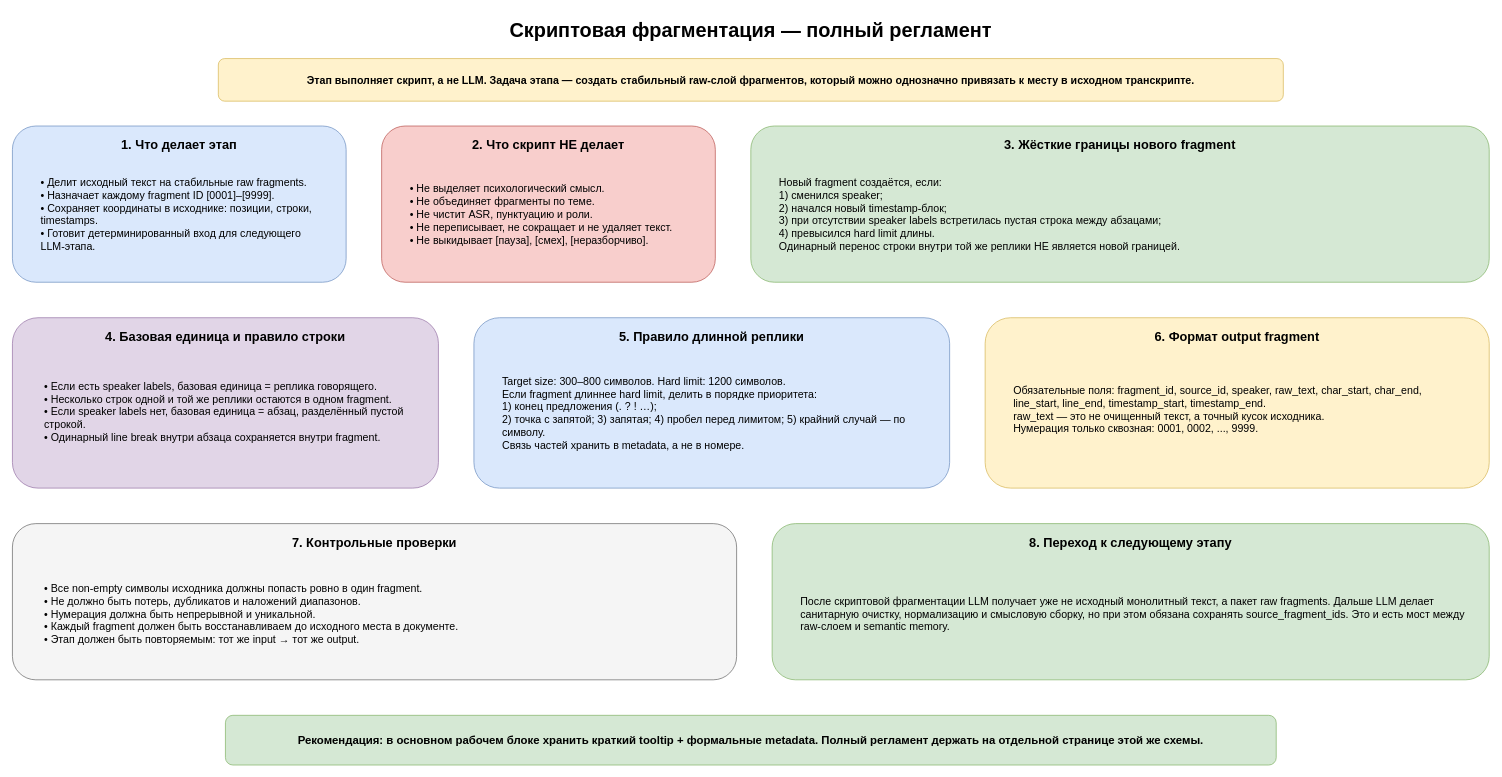
The draw.io diagram page "Скриптовая фрагментация — регламент" (2 of 2) of AI-Кабинет.drawio in ArtemFay/shema, before the edit. Source tidied: cells renumbered, new cells numbered last; positions are measured from the earlier drawing's top-left corner, leaving out a move shared by most shapes. Both pictures are drawn from the tidied source at 71%, with x=0, y=0 at pixel (12, 12).
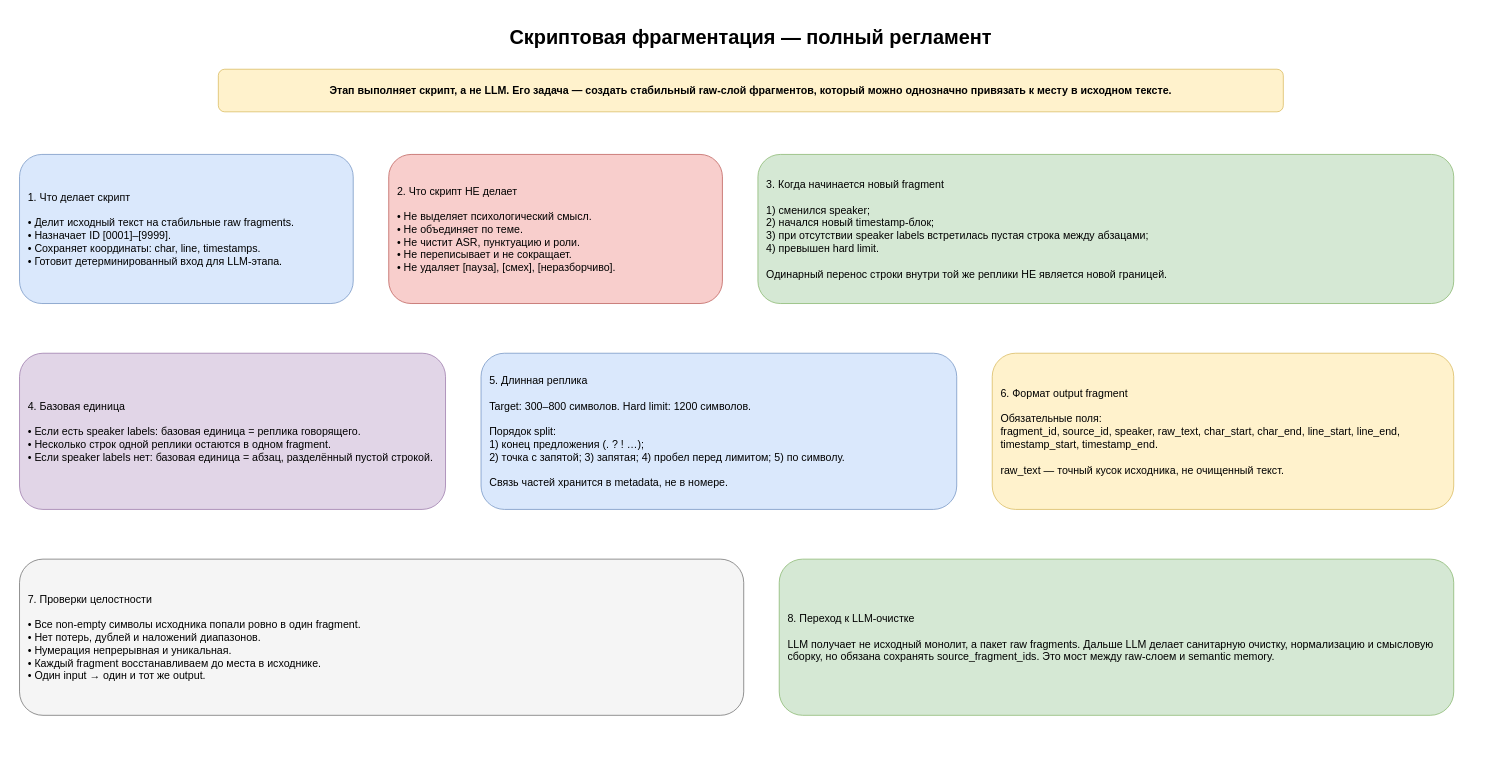
Above is the later version.

Diff of the diagram source:
```diff
@@
-    <mxCell id="2" value="Скриптовая фрагментация — полный регламент" style="text;html=1;strokeColor=none;fillColor=none;align=center;verticalAlign=middle;whiteSpace=wrap;rounded=0;fontSize=28;fontStyle=1;" parent="1" vertex="1">
-      <mxGeometry x="260" width="1560" height="50" as="geometry" />
+    <mxCell id="2" value="Скриптовая фрагментация — полный регламент" style="text;html=1;strokeColor=none;fillColor=none;align=center;verticalAlign=middle;whiteSpace=wrap;fontSize=28;fontStyle=1;" parent="1" vertex="1">
+      <mxGeometry x="260" y="10" width="1560" height="50" as="geometry" />
     </mxCell>
-    <mxCell id="3" value="Этап выполняет скрипт, а не LLM. Задача этапа — создать стабильный raw-слой фрагментов, который можно однозначно привязать к месту в исходном транскрипте." style="rounded=1;whiteSpace=wrap;html=1;fillColor=#fff2cc;strokeColor=#d6b656;fontSize=15;fontStyle=1;align=center;" parent="1" vertex="1">
-      <mxGeometry x="290" y="65" width="1500" height="60" as="geometry" />
+    <mxCell id="3" value="Этап выполняет скрипт, а не LLM. Его задача — создать стабильный raw-слой фрагментов, который можно однозначно привязать к месту в исходном тексте." style="rounded=1;whiteSpace=wrap;html=1;fillColor=#fff2cc;strokeColor=#d6b656;fontSize=15;fontStyle=1;align=center;" parent="1" vertex="1">
+      <mxGeometry x="290" y="80" width="1500" height="60" as="geometry" />
     </mxCell>
-    <mxCell id="4" value="1. Что делает этап" style="rounded=1;whiteSpace=wrap;html=1;fillColor=#dae8fc;strokeColor=#6c8ebf;fontSize=18;fontStyle=1;align=center;verticalAlign=top;spacingTop=10;" parent="1" vertex="1">
-      <mxGeometry y="160" width="470" height="220" as="geometry" />
-    </mxCell>
-    <mxCell id="5" value="• Делит исходный текст на стабильные raw fragments.&#10;• Назначает каждому fragment ID [0001]–[9999].&#10;• Сохраняет координаты в исходнике: позиции, строки, timestamps.&#10;• Готовит детерминированный вход для следующего LLM-этапа." style="rounded=0;whiteSpace=wrap;html=1;fillColor=none;strokeColor=none;fontSize=15;align=left;spacingLeft=8;spacingTop=8;" parent="1" vertex="1">
-      <mxGeometry x="30" y="210" width="410" height="140" as="geometry" />
-    </mxCell>
-    <mxCell id="6" value="2. Что скрипт НЕ делает" style="rounded=1;whiteSpace=wrap;html=1;fillColor=#f8cecc;strokeColor=#b85450;fontSize=18;fontStyle=1;align=center;verticalAlign=top;spacingTop=10;" parent="1" vertex="1">
-      <mxGeometry x="520" y="160" width="470" height="220" as="geometry" />
-    </mxCell>
-    <mxCell id="7" value="• Не выделяет психологический смысл.&#10;• Не объединяет фрагменты по теме.&#10;• Не чистит ASR, пунктуацию и роли.&#10;• Не переписывает, не сокращает и не удаляет текст.&#10;• Не выкидывает [пауза], [смех], [неразборчиво]." style="rounded=0;whiteSpace=wrap;html=1;fillColor=none;strokeColor=none;fontSize=15;align=left;spacingLeft=8;spacingTop=8;" parent="1" vertex="1">
-      <mxGeometry x="550" y="205" width="410" height="150" as="geometry" />
-    </mxCell>
-    <mxCell id="8" value="3. Жёсткие границы нового fragment" style="rounded=1;whiteSpace=wrap;html=1;fillColor=#d5e8d4;strokeColor=#82b366;fontSize=18;fontStyle=1;align=center;verticalAlign=top;spacingTop=10;" parent="1" vertex="1">
-      <mxGeometry x="1040" y="160" width="1040" height="220" as="geometry" />
-    </mxCell>
-    <mxCell id="9" value="Новый fragment создаётся, если:&#10;1) сменился speaker;&#10;2) начался новый timestamp-блок;&#10;3) при отсутствии speaker labels встретилась пустая строка между абзацами;&#10;4) превысился hard limit длины.&#10;Одинарный перенос строки внутри той же реплики НЕ является новой границей." style="rounded=0;whiteSpace=wrap;html=1;fillColor=none;strokeColor=none;fontSize=15;align=left;spacingLeft=8;spacingTop=8;" parent="1" vertex="1">
-      <mxGeometry x="1070" y="205" width="980" height="150" as="geometry" />
-    </mxCell>
-    <mxCell id="10" value="4. Базовая единица и правило строки" style="rounded=1;whiteSpace=wrap;html=1;fillColor=#e1d5e7;strokeColor=#9673a6;fontSize=18;fontStyle=1;align=center;verticalAlign=top;spacingTop=10;" parent="1" vertex="1">
-      <mxGeometry y="430" width="600" height="240" as="geometry" />
-    </mxCell>
-    <mxCell id="11" value="• Если есть speaker labels, базовая единица = реплика говорящего.&#10;• Несколько строк одной и той же реплики остаются в одном fragment.&#10;• Если speaker labels нет, базовая единица = абзац, разделённый пустой строкой.&#10;• Одинарный line break внутри абзаца сохраняется внутри fragment." style="rounded=0;whiteSpace=wrap;html=1;fillColor=none;strokeColor=none;fontSize=15;align=left;spacingLeft=8;spacingTop=8;" parent="1" vertex="1">
-      <mxGeometry x="35" y="480" width="530" height="155" as="geometry" />
-    </mxCell>
-    <mxCell id="12" value="5. Правило длинной реплики" style="rounded=1;whiteSpace=wrap;html=1;fillColor=#dae8fc;strokeColor=#6c8ebf;fontSize=18;fontStyle=1;align=center;verticalAlign=top;spacingTop=10;" parent="1" vertex="1">
-      <mxGeometry x="650" y="430" width="670" height="240" as="geometry" />
-    </mxCell>
-    <mxCell id="13" value="Target size: 300–800 символов. Hard limit: 1200 символов.&#10;Если fragment длиннее hard limit, делить в порядке приоритета:&#10;1) конец предложения (. ? ! …);&#10;2) точка с запятой; 3) запятая; 4) пробел перед лимитом; 5) крайний случай — по символу.&#10;Связь частей хранить в metadata, а не в номере." style="rounded=0;whiteSpace=wrap;html=1;fillColor=none;strokeColor=none;fontSize=15;align=left;spacingLeft=8;spacingTop=8;" parent="1" vertex="1">
-      <mxGeometry x="680" y="480" width="610" height="160" as="geometry" />
-    </mxCell>
-    <mxCell id="14" value="6. Формат output fragment" style="rounded=1;whiteSpace=wrap;html=1;fillColor=#fff2cc;strokeColor=#d6b656;fontSize=18;fontStyle=1;align=center;verticalAlign=top;spacingTop=10;" parent="1" vertex="1">
-      <mxGeometry x="1370" y="430" width="710" height="240" as="geometry" />
-    </mxCell>
-    <mxCell id="15" value="Обязательные поля: fragment_id, source_id, speaker, raw_text, char_start, char_end, line_start, line_end, timestamp_start, timestamp_end.&#10;raw_text — это не очищенный текст, а точный кусок исходника.&#10;Нумерация только сквозная: 0001, 0002, ..., 9999." style="rounded=0;whiteSpace=wrap;html=1;fillColor=none;strokeColor=none;fontSize=15;align=left;spacingLeft=8;spacingTop=8;" parent="1" vertex="1">
-      <mxGeometry x="1400" y="480" width="650" height="150" as="geometry" />
-    </mxCell>
-    <mxCell id="16" value="7. Контрольные проверки" style="rounded=1;whiteSpace=wrap;html=1;fillColor=#f5f5f5;strokeColor=#666666;fontSize=18;fontStyle=1;align=center;verticalAlign=top;spacingTop=10;" parent="1" vertex="1">
-      <mxGeometry y="720" width="1020" height="220" as="geometry" />
-    </mxCell>
-    <mxCell id="17" value="• Все non-empty символы исходника должны попасть ровно в один fragment.&#10;• Не должно быть потерь, дубликатов и наложений диапазонов.&#10;• Нумерация должна быть непрерывной и уникальной.&#10;• Каждый fragment должен быть восстанавливаем до исходного места в документе.&#10;• Этап должен быть повторяемым: тот же input → тот же output." style="rounded=0;whiteSpace=wrap;html=1;fillColor=none;strokeColor=none;fontSize=15;align=left;spacingLeft=8;spacingTop=8;" parent="1" vertex="1">
-      <mxGeometry x="35" y="770" width="950" height="145" as="geometry" />
-    </mxCell>
-    <mxCell id="18" value="8. Переход к следующему этапу" style="rounded=1;whiteSpace=wrap;html=1;fillColor=#d5e8d4;strokeColor=#82b366;fontSize=18;fontStyle=1;align=center;verticalAlign=top;spacingTop=10;" parent="1" vertex="1">
-      <mxGeometry x="1070" y="720" width="1010" height="220" as="geometry" />
-    </mxCell>
-    <mxCell id="19" value="После скриптовой фрагментации LLM получает уже не исходный монолитный текст, а пакет raw fragments. Дальше LLM делает санитарную очистку, нормализацию и смысловую сборку, но при этом обязана сохранять source_fragment_ids. Это и есть мост между raw-слоем и semantic memory." style="rounded=0;whiteSpace=wrap;html=1;fillColor=none;strokeColor=none;fontSize=15;align=left;spacingLeft=8;spacingTop=8;" parent="1" vertex="1">
-      <mxGeometry x="1100" y="770" width="950" height="145" as="geometry" />
-    </mxCell>
-    <mxCell id="20" value="Рекомендация: в основном рабочем блоке хранить краткий tooltip + формальные metadata. Полный регламент держать на отдельной странице этой же схемы." style="rounded=1;whiteSpace=wrap;html=1;fillColor=#d5e8d4;strokeColor=#82b366;fontSize=16;fontStyle=1;align=center;" parent="1" vertex="1">
-      <mxGeometry x="300" y="990" width="1480" height="70" as="geometry" />
-    </mxCell>
+    <mxCell id="21" value="1. Что делает скрипт&#10;&#10;• Делит исходный текст на стабильные raw fragments.&#10;• Назначает ID [0001]–[9999].&#10;• Сохраняет координаты: char, line, timestamps.&#10;• Готовит детерминированный вход для LLM-этапа." style="rounded=1;whiteSpace=wrap;html=1;fillColor=#dae8fc;strokeColor=#6c8ebf;fontSize=15;align=left;spacing=12;" parent="1" vertex="1">
+      <mxGeometry x="10" y="200" width="470" height="210" as="geometry" />
+    </mxCell>
+    <mxCell id="22" value="2. Что скрипт НЕ делает&#10;&#10;• Не выделяет психологический смысл.&#10;• Не объединяет по теме.&#10;• Не чистит ASR, пунктуацию и роли.&#10;• Не переписывает и не сокращает.&#10;• Не удаляет [пауза], [смех], [неразборчиво]." style="rounded=1;whiteSpace=wrap;html=1;fillColor=#f8cecc;strokeColor=#b85450;fontSize=15;align=left;spacing=12;" parent="1" vertex="1">
+      <mxGeometry x="530" y="200" width="470" height="210" as="geometry" />
+    </mxCell>
+    <mxCell id="23" value="3. Когда начинается новый fragment&#10;&#10;1) сменился speaker;&#10;2) начался новый timestamp-блок;&#10;3) при отсутствии speaker labels встретилась пустая строка между абзацами;&#10;4) превышен hard limit.&#10;&#10;Одинарный перенос строки внутри той же реплики НЕ является новой границей." style="rounded=1;whiteSpace=wrap;html=1;fillColor=#d5e8d4;strokeColor=#82b366;fontSize=15;align=left;spacing=12;" parent="1" vertex="1">
+      <mxGeometry x="1050" y="200" width="980" height="210" as="geometry" />
+    </mxCell>
+    <mxCell id="24" value="4. Базовая единица&#10;&#10;• Если есть speaker labels: базовая единица = реплика говорящего.&#10;• Несколько строк одной реплики остаются в одном fragment.&#10;• Если speaker labels нет: базовая единица = абзац, разделённый пустой строкой." style="rounded=1;whiteSpace=wrap;html=1;fillColor=#e1d5e7;strokeColor=#9673a6;fontSize=15;align=left;spacing=12;" parent="1" vertex="1">
+      <mxGeometry x="10" y="480" width="600" height="220" as="geometry" />
+    </mxCell>
+    <mxCell id="25" value="5. Длинная реплика&#10;&#10;Target: 300–800 символов. Hard limit: 1200 символов.&#10;&#10;Порядок split:&#10;1) конец предложения (. ? ! …);&#10;2) точка с запятой; 3) запятая; 4) пробел перед лимитом; 5) по символу.&#10;&#10;Связь частей хранится в metadata, не в номере." style="rounded=1;whiteSpace=wrap;html=1;fillColor=#dae8fc;strokeColor=#6c8ebf;fontSize=15;align=left;spacing=12;" parent="1" vertex="1">
+      <mxGeometry x="660" y="480" width="670" height="220" as="geometry" />
+    </mxCell>
+    <mxCell id="26" value="6. Формат output fragment&#10;&#10;Обязательные поля:&#10;fragment_id, source_id, speaker, raw_text, char_start, char_end, line_start, line_end, timestamp_start, timestamp_end.&#10;&#10;raw_text — точный кусок исходника, не очищенный текст." style="rounded=1;whiteSpace=wrap;html=1;fillColor=#fff2cc;strokeColor=#d6b656;fontSize=15;align=left;spacing=12;" parent="1" vertex="1">
+      <mxGeometry x="1380" y="480" width="650" height="220" as="geometry" />
+    </mxCell>
+    <mxCell id="27" value="7. Проверки целостности&#10;&#10;• Все non-empty символы исходника попали ровно в один fragment.&#10;• Нет потерь, дублей и наложений диапазонов.&#10;• Нумерация непрерывная и уникальная.&#10;• Каждый fragment восстанавливаем до места в исходнике.&#10;• Один input → один и тот же output." style="rounded=1;whiteSpace=wrap;html=1;fillColor=#f5f5f5;strokeColor=#666666;fontSize=15;align=left;spacing=12;" parent="1" vertex="1">
+      <mxGeometry x="10" y="770" width="1020" height="220" as="geometry" />
+    </mxCell>
+    <mxCell id="28" value="8. Переход к LLM-очистке&#10;&#10;LLM получает не исходный монолит, а пакет raw fragments. Дальше LLM делает санитарную очистку, нормализацию и смысловую сборку, но обязана сохранять source_fragment_ids. Это мост между raw-слоем и semantic memory." style="rounded=1;whiteSpace=wrap;html=1;fillColor=#d5e8d4;strokeColor=#82b366;fontSize=15;align=left;spacing=12;" parent="1" vertex="1">
+      <mxGeometry x="1080" y="770" width="950" height="220" as="geometry" />
+    </mxCell>
```
